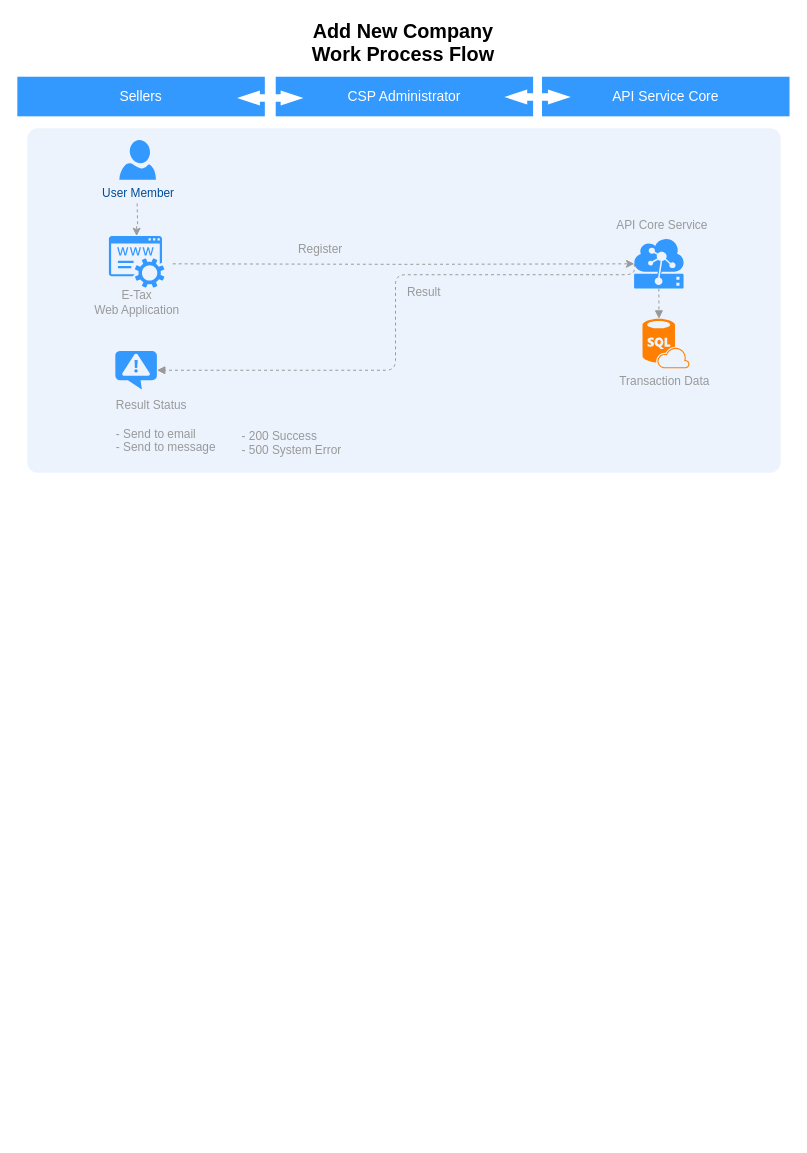
The draw.io diagram Add New Company in the corporate.drawio in nirawat/eTax, before the edit. Source tidied: cells renumbered, new cells numbered last; positions are measured from the earlier drawing's top-left corner, leaving out a move shared by most shapes. Both pictures are drawn from the tidied source at 99%, with x=0, y=0 at pixel (17, 17).
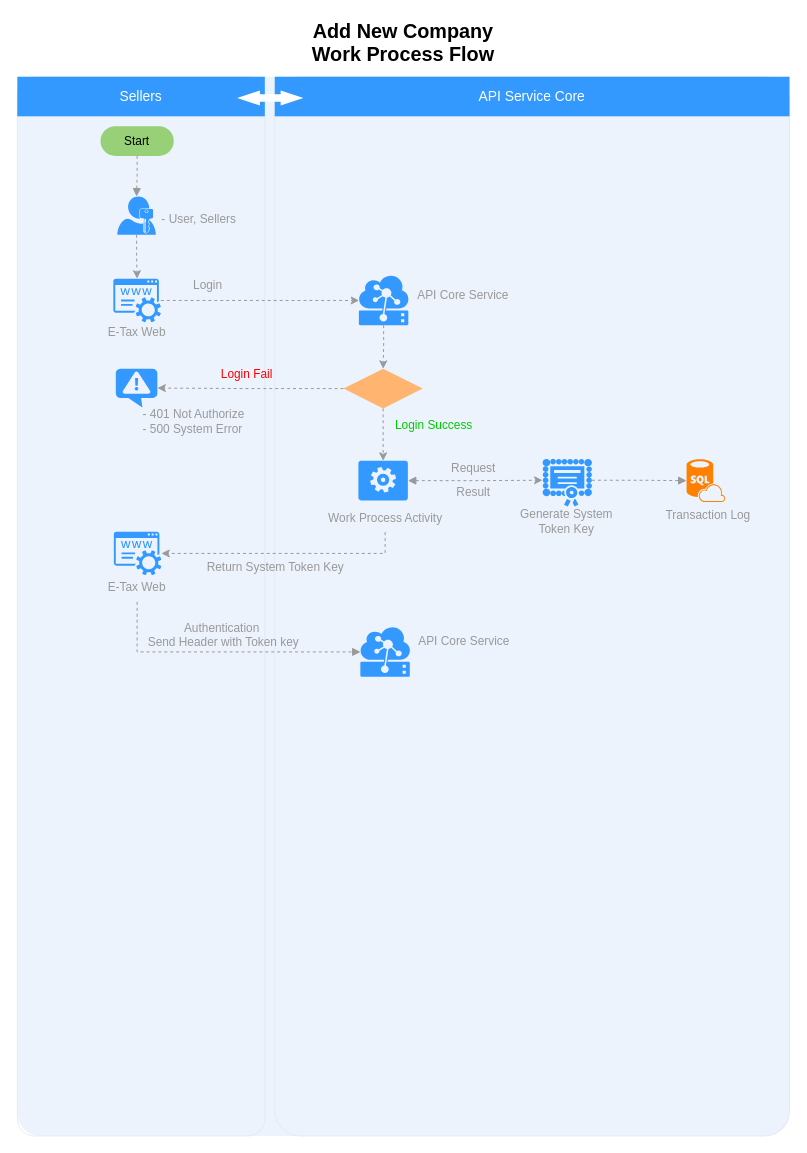
The same page after the edit.

Diff of the diagram source:
```diff
@@
+    <mxCell id="28" style="rounded=1;whiteSpace=wrap;html=1;strokeColor=#E6E6E6;strokeWidth=1;fillColor=#FFFFFF;fontFamily=Helvetica;fontSize=14;fontColor=#FFB366;opacity=75;verticalAlign=top;fontStyle=1;arcSize=5;" parent="1" vertex="1">
+      <mxGeometry x="260" y="60" width="520" height="1070" as="geometry" />
+    </mxCell>
+    <mxCell id="29" style="rounded=1;whiteSpace=wrap;html=1;strokeColor=#E6E6E6;strokeWidth=1;fillColor=#FFFFFF;fontFamily=Helvetica;fontSize=14;fontColor=#FFB366;opacity=75;verticalAlign=top;fontStyle=1;arcSize=7;" parent="1" vertex="1">
+      <mxGeometry y="60" width="250" height="1070" as="geometry" />
+    </mxCell>
     <mxCell id="2" style="rounded=1;whiteSpace=wrap;html=1;strokeColor=none;strokeWidth=1;fillColor=#dae8fc;fontSize=12;align=center;arcSize=3;opacity=50;" parent="1" vertex="1">
-      <mxGeometry x="10" y="112" width="761" height="348" as="geometry" />
+      <mxGeometry y="60" width="780" height="1070" as="geometry" />
     </mxCell>
@@
-    <mxCell id="4" value="CSP Administrator" style="whiteSpace=wrap;html=1;dashed=1;strokeColor=none;strokeWidth=2;fillColor=#3399FF;fontFamily=Helvetica;fontSize=14;fontColor=#FFFFFF;fontStyle=0;" parent="1" vertex="1">
-      <mxGeometry x="261" y="60" width="260" height="40" as="geometry" />
-    </mxCell>
     <mxCell id="5" value="API Service Core" style="whiteSpace=wrap;html=1;dashed=1;strokeColor=none;strokeWidth=2;fillColor=#3399FF;fontFamily=Helvetica;fontSize=14;fontColor=#FFFFFF;fontStyle=0;" parent="1" vertex="1">
-      <mxGeometry x="530" y="60" width="250" height="40" as="geometry" />
+      <mxGeometry x="260" y="60" width="520" height="40" as="geometry" />
     </mxCell>
-    <mxCell id="6" style="shape=mxgraph.arrows.two_way_arrow_horizontal;html=1;verticalLabelPosition=bottom;verticalAlign=top;strokeWidth=2;strokeColor=none;dashed=1;fillColor=#FFFFFF;fontFamily=Verdana;fontSize=12;fontColor=#00BEF2;" parent="1" vertex="1">
-      <mxGeometry x="492" y="73" width="67" height="15" as="geometry" />
-    </mxCell>
-    <mxCell id="7" value="User Member" style="verticalLabelPosition=bottom;html=1;verticalAlign=top;strokeColor=none;fillColor=#3399FF;shape=mxgraph.azure.user;dashed=1;fontSize=12;fontColor=#004C99;" parent="1" vertex="1">
-      <mxGeometry x="103" y="124" width="37" height="40" as="geometry" />
-    </mxCell>
@@
-    <mxCell id="10" style="edgeStyle=orthogonalEdgeStyle;rounded=0;jettySize=auto;html=1;fontSize=14;strokeColor=#999999;dashed=1;entryX=0.005;entryY=0.5;entryDx=0;entryDy=0;entryPerimeter=0;" parent="1" edge="1" target="22">
-      <mxGeometry relative="1" as="geometry">
-        <mxPoint x="157" y="249" as="sourcePoint" />
-      </mxGeometry>
-    </mxCell>
-    <mxCell id="11" value="Register" style="text;html=1;strokeColor=none;fillColor=none;align=left;verticalAlign=middle;whiteSpace=wrap;rounded=0;fontSize=12;fontColor=#999999;" parent="1" vertex="1">
-      <mxGeometry x="282" y="225" width="59" height="20" as="geometry" />
-    </mxCell>
-    <mxCell id="12" style="group;" parent="1" vertex="1">
-      <mxGeometry x="65.5" y="268" width="110" height="82" as="geometry" />
-    </mxCell>
-    <mxCell id="13" style="shadow=0;dashed=0;html=1;strokeColor=none;fillColor=#3399FF;labelPosition=center;verticalLabelPosition=bottom;verticalAlign=top;outlineConnect=0;align=center;shape=mxgraph.office.services.registrar_service;" parent="12" vertex="1">
-      <mxGeometry x="27" y="-47" width="56" height="52" as="geometry" />
-    </mxCell>
-    <mxCell id="14" value="E-Tax &lt;br&gt;Web Application" style="text;html=1;strokeColor=none;fillColor=none;align=center;verticalAlign=middle;whiteSpace=wrap;rounded=0;fontSize=12;fontColor=#999999;" parent="12" vertex="1">
-      <mxGeometry y="5" width="110" height="30" as="geometry" />
-    </mxCell>
-    <mxCell id="15" style="edgeStyle=orthogonalEdgeStyle;rounded=0;jettySize=auto;html=1;exitX=0.5;exitY=1;exitDx=0;exitDy=0;dashed=1;strokeColor=#999999;" parent="1" edge="1" target="13">
-      <mxGeometry relative="1" as="geometry">
-        <mxPoint x="121" y="188" as="sourcePoint" />
-      </mxGeometry>
-    </mxCell>
-    <mxCell id="16" style="group;" parent="1" vertex="1">
-      <mxGeometry x="600.5" y="301.5" width="108" height="79" as="geometry" />
-    </mxCell>
+    <mxCell id="30" style="shadow=0;dashed=0;html=1;strokeColor=none;labelPosition=center;verticalLabelPosition=bottom;verticalAlign=top;align=center;shape=mxgraph.mscae.cloud.iot_edge;fillColor=#3399FF;fontSize=12;fontColor=#999999;" parent="1" vertex="1">
+      <mxGeometry x="346.5" y="616" width="50" height="50" as="geometry" />
+    </mxCell>
+    <mxCell id="31" style="edgeStyle=orthogonalEdgeStyle;rounded=0;jettySize=auto;html=1;fontSize=14;strokeColor=#999999;dashed=1;entryX=0.005;entryY=0.5;entryDx=0;entryDy=0;entryPerimeter=0;" parent="1" edge="1" source="44" target="38">
+      <mxGeometry relative="1" as="geometry" />
+    </mxCell>
+    <mxCell id="32" value="Login" style="text;html=1;strokeColor=none;fillColor=none;align=left;verticalAlign=middle;whiteSpace=wrap;rounded=0;fontSize=12;fontColor=#999999;" parent="1" vertex="1">
+      <mxGeometry x="175.5" y="261" width="59" height="20" as="geometry" />
+    </mxCell>
+    <mxCell id="33" style="edgeStyle=orthogonalEdgeStyle;rounded=0;jettySize=auto;html=1;exitX=0.5;exitY=1;exitDx=0;exitDy=0;dashed=1;strokeColor=#999999;exitPerimeter=0;" parent="1" edge="1" source="42" target="44">
+      <mxGeometry relative="1" as="geometry" />
+    </mxCell>
+    <mxCell id="34" style="group;" parent="1" vertex="1">
+      <mxGeometry x="645" y="436.5" width="108" height="79" as="geometry" />
+    </mxCell>
-    <mxCell id="17" style="group;" parent="16" vertex="1">
+    <mxCell id="17" style="group;" parent="34" vertex="1">
       <mxGeometry width="108" height="79" as="geometry" />
     </mxCell>
-    <mxCell id="18" value="Transaction Data" style="text;html=1;strokeColor=none;fillColor=none;align=center;verticalAlign=middle;whiteSpace=wrap;rounded=0;fontSize=12;fontColor=#999999;" parent="17" vertex="1">
-      <mxGeometry x="-1" y="52" width="108" height="29" as="geometry" />
-    </mxCell>
-    <mxCell id="19" style="verticalLabelPosition=bottom;html=1;verticalAlign=top;align=center;strokeColor=none;fillColor=#FF8000;shape=mxgraph.azure.sql_database_sql_azure;fontSize=12;fontColor=#999999;" parent="17" vertex="1">
-      <mxGeometry x="31" y="3" width="47.5" height="50" as="geometry" />
-    </mxCell>
-    <mxCell id="20" style="edgeStyle=orthogonalEdgeStyle;rounded=1;jettySize=auto;html=1;exitX=0.5;exitY=1;exitDx=0;exitDy=0;exitPerimeter=0;entryX=0.35;entryY=0;entryDx=0;entryDy=0;entryPerimeter=0;dashed=1;startArrow=none;startFill=0;endArrow=block;endFill=1;strokeColor=#999999;fontSize=12;fontColor=#999999;" parent="1" edge="1" source="22" target="19">
-      <mxGeometry relative="1" as="geometry" />
-    </mxCell>
-    <mxCell id="21" style="edgeStyle=orthogonalEdgeStyle;rounded=1;jettySize=auto;html=1;exitX=0.005;exitY=0.5;exitDx=0;exitDy=0;exitPerimeter=0;entryX=1;entryY=0.5;entryDx=0;entryDy=0;entryPerimeter=0;dashed=1;startArrow=none;startFill=0;endArrow=block;endFill=1;strokeColor=#999999;fontSize=12;fontColor=#999999;" parent="1" edge="1" source="22" target="24">
-      <mxGeometry relative="1" as="geometry">
-        <Array as="points">
-          <mxPoint x="623" y="260" />
-          <mxPoint x="382" y="260" />
-          <mxPoint x="382" y="357" />
-        </Array>
-      </mxGeometry>
-    </mxCell>
-    <mxCell id="22" style="shadow=0;dashed=0;html=1;strokeColor=none;labelPosition=center;verticalLabelPosition=bottom;verticalAlign=top;align=center;shape=mxgraph.mscae.cloud.iot_edge;fillColor=#3399FF;fontSize=12;fontColor=#999999;" parent="1" vertex="1">
-      <mxGeometry x="623" y="224" width="50" height="50" as="geometry" />
-    </mxCell>
-    <mxCell id="23" value="API Core Service" style="text;html=1;strokeColor=none;fillColor=none;align=center;verticalAlign=middle;whiteSpace=wrap;rounded=0;fontSize=12;fontColor=#999999;" parent="1" vertex="1">
-      <mxGeometry x="601" y="195" width="101" height="29" as="geometry" />
-    </mxCell>
-    <mxCell id="24" style="verticalLabelPosition=bottom;html=1;verticalAlign=top;align=center;strokeColor=none;fillColor=#3399FF;shape=mxgraph.azure.notification_topic;fontSize=12;fontColor=#999999;" parent="1" vertex="1">
-      <mxGeometry x="99" y="337" width="42" height="39" as="geometry" />
-    </mxCell>
-    <mxCell id="25" value="Result Status&lt;br&gt;&lt;br&gt;- Send to email&lt;br&gt;- Send to message&lt;br&gt;" style="text;html=1;strokeColor=none;fillColor=none;align=left;verticalAlign=middle;whiteSpace=wrap;rounded=0;fontSize=12;fontColor=#999999;" parent="1" vertex="1">
-      <mxGeometry x="98" y="376" width="152" height="74" as="geometry" />
-    </mxCell>
+    <mxCell id="35" value="Transaction Log" style="text;html=1;strokeColor=none;fillColor=none;align=center;verticalAlign=middle;whiteSpace=wrap;rounded=0;fontSize=12;fontColor=#999999;" parent="17" vertex="1">
+      <mxGeometry x="-1" y="52" width="108" height="29" as="geometry" />
+    </mxCell>
+    <mxCell id="36" style="verticalLabelPosition=bottom;html=1;verticalAlign=top;align=center;strokeColor=none;fillColor=#FF8000;shape=mxgraph.azure.sql_database_sql_azure;fontSize=12;fontColor=#999999;" parent="17" vertex="1">
+      <mxGeometry x="31" y="10" width="39" height="43" as="geometry" />
+    </mxCell>
+    <mxCell id="37" style="edgeStyle=orthogonalEdgeStyle;rounded=0;jettySize=auto;html=1;exitX=0.5;exitY=1;exitDx=0;exitDy=0;exitPerimeter=0;entryX=0.5;entryY=0;entryDx=0;entryDy=0;dashed=1;strokeColor=#999999;" parent="1" edge="1" source="38" target="68">
+      <mxGeometry relative="1" as="geometry" />
+    </mxCell>
+    <mxCell id="38" style="shadow=0;dashed=0;html=1;strokeColor=none;labelPosition=center;verticalLabelPosition=bottom;verticalAlign=top;align=center;shape=mxgraph.mscae.cloud.iot_edge;fillColor=#3399FF;fontSize=12;fontColor=#999999;" parent="1" vertex="1">
+      <mxGeometry x="345" y="261" width="50" height="50" as="geometry" />
+    </mxCell>
+    <mxCell id="39" value="API Core Service" style="text;html=1;strokeColor=none;fillColor=none;align=center;verticalAlign=middle;whiteSpace=wrap;rounded=0;fontSize=12;fontColor=#999999;" parent="1" vertex="1">
+      <mxGeometry x="400" y="266.5" width="101" height="29" as="geometry" />
+    </mxCell>
+    <mxCell id="40" style="group;" parent="1" vertex="1">
+      <mxGeometry x="101" y="181" width="162.5" height="50" as="geometry" />
+    </mxCell>
+    <mxCell id="41" value="&lt;font color=&quot;#999999&quot; style=&quot;font-size: 12px&quot;&gt;- User, Sellers&lt;br&gt;&lt;br&gt;&lt;/font&gt;" style="text;html=1;strokeColor=none;fillColor=none;align=left;verticalAlign=middle;whiteSpace=wrap;rounded=0;fontSize=12;" parent="40" vertex="1">
+      <mxGeometry x="42.5" y="10" width="120" height="40" as="geometry" />
+    </mxCell>
+    <mxCell id="42" style="shadow=0;dashed=0;html=1;strokeColor=none;labelPosition=center;verticalLabelPosition=bottom;verticalAlign=top;align=center;shape=mxgraph.mscae.enterprise.user_permissions;fillColor=#3399FF;fontSize=14;" parent="40" vertex="1">
+      <mxGeometry width="39" height="38.7" as="geometry" />
+    </mxCell>
+    <mxCell id="43" style="group;" parent="1" vertex="1">
+      <mxGeometry x="65.5" y="264" width="110" height="74" as="geometry" />
+    </mxCell>
+    <mxCell id="44" style="shadow=0;dashed=0;html=1;strokeColor=none;fillColor=#3399FF;labelPosition=center;verticalLabelPosition=bottom;verticalAlign=top;outlineConnect=0;align=center;shape=mxgraph.office.services.registrar_service;" parent="43" vertex="1">
+      <mxGeometry x="31.5" width="48" height="44" as="geometry" />
+    </mxCell>
+    <mxCell id="45" value="E-Tax Web" style="text;html=1;strokeColor=none;fillColor=none;align=center;verticalAlign=middle;whiteSpace=wrap;rounded=0;fontSize=12;fontColor=#999999;" parent="43" vertex="1">
+      <mxGeometry y="39" width="110" height="30" as="geometry" />
+    </mxCell>
+    <mxCell id="46" style="group;" parent="1" vertex="1">
+      <mxGeometry x="291.5" y="448" width="160" height="72" as="geometry" />
+    </mxCell>
+    <mxCell id="47" style="verticalLabelPosition=bottom;html=1;verticalAlign=top;align=center;strokeColor=none;fillColor=#3399FF;shape=mxgraph.azure.worker_role;fontSize=12;fontColor=#999999;" parent="46" vertex="1">
+      <mxGeometry x="53" width="50" height="40" as="geometry" />
+    </mxCell>
+    <mxCell id="48" value="Work Process Activity&lt;br&gt;" style="text;html=1;strokeColor=none;fillColor=none;align=center;verticalAlign=middle;whiteSpace=wrap;rounded=0;fontSize=12;fontColor=#999999;" parent="46" vertex="1">
+      <mxGeometry y="43" width="160" height="29" as="geometry" />
+    </mxCell>
+    <mxCell id="49" style="group;" parent="1" vertex="1">
+      <mxGeometry x="497.5" y="439.5" width="114" height="81" as="geometry" />
+    </mxCell>
+    <mxCell id="50" style="group;" parent="49" vertex="1">
+      <mxGeometry width="114" height="81" as="geometry" />
+    </mxCell>
+    <mxCell id="51" value="Generate System Token Key&lt;br&gt;" style="text;html=1;strokeColor=none;fillColor=none;align=center;verticalAlign=middle;whiteSpace=wrap;rounded=0;fontSize=12;fontColor=#999999;" parent="50" vertex="1">
+      <mxGeometry y="54" width="114" height="30" as="geometry" />
+    </mxCell>
+    <mxCell id="52" style="shadow=0;dashed=0;html=1;strokeColor=none;labelPosition=center;verticalLabelPosition=bottom;verticalAlign=top;align=center;shape=mxgraph.mscae.intune.inventory_license;fillColor=#3399FF;fontSize=14;" parent="49" vertex="1">
+      <mxGeometry x="33" y="6.5" width="50" height="48" as="geometry" />
+    </mxCell>
+    <mxCell id="53" style="edgeStyle=orthogonalEdgeStyle;rounded=0;jettySize=auto;html=1;exitX=1;exitY=0.5;exitDx=0;exitDy=0;exitPerimeter=0;entryX=0;entryY=0.45;entryDx=0;entryDy=0;entryPerimeter=0;dashed=1;strokeColor=#999999;startArrow=block;startFill=1;" parent="1" edge="1" source="47" target="52">
+      <mxGeometry relative="1" as="geometry" />
+    </mxCell>
+    <mxCell id="54" value="Request" style="text;html=1;strokeColor=none;fillColor=none;align=center;verticalAlign=middle;whiteSpace=wrap;rounded=0;fontSize=12;fontColor=#999999;" parent="1" vertex="1">
+      <mxGeometry x="431" y="446" width="60" height="20" as="geometry" />
+    </mxCell>
-    <mxCell id="26" value="Result&amp;nbsp;" style="text;html=1;strokeColor=none;fillColor=none;align=left;verticalAlign=middle;whiteSpace=wrap;rounded=0;fontSize=12;fontColor=#999999;" parent="1" vertex="1">
-      <mxGeometry x="392" y="268" width="59" height="20" as="geometry" />
+    <mxCell id="26" value="Result" style="text;html=1;strokeColor=none;fillColor=none;align=center;verticalAlign=middle;whiteSpace=wrap;rounded=0;fontSize=12;fontColor=#999999;" parent="1" vertex="1">
+      <mxGeometry x="431" y="470" width="60" height="20" as="geometry" />
     </mxCell>
-    <mxCell id="27" value="- 200 Success&lt;br&gt;- 500 System Error&lt;br&gt;" style="text;html=1;strokeColor=none;fillColor=none;align=left;verticalAlign=middle;whiteSpace=wrap;rounded=0;fontSize=12;fontColor=#999999;" parent="1" vertex="1">
-      <mxGeometry x="224.5" y="413" width="152" height="34" as="geometry" />
-    </mxCell>
+    <mxCell id="55" style="group;" parent="1" vertex="1">
+      <mxGeometry x="66" y="519.5" width="110" height="74" as="geometry" />
+    </mxCell>
+    <mxCell id="56" style="shadow=0;dashed=0;html=1;strokeColor=none;fillColor=#3399FF;labelPosition=center;verticalLabelPosition=bottom;verticalAlign=top;outlineConnect=0;align=center;shape=mxgraph.office.services.registrar_service;" parent="55" vertex="1">
+      <mxGeometry x="31.5" width="48" height="44" as="geometry" />
+    </mxCell>
+    <mxCell id="57" value="E-Tax Web" style="text;html=1;strokeColor=none;fillColor=none;align=center;verticalAlign=middle;whiteSpace=wrap;rounded=0;fontSize=12;fontColor=#999999;" parent="55" vertex="1">
+      <mxGeometry y="41" width="110" height="30" as="geometry" />
+    </mxCell>
+    <mxCell id="58" value="Return System Token Key&lt;br&gt;" style="text;html=1;strokeColor=none;fillColor=none;align=center;verticalAlign=middle;whiteSpace=wrap;rounded=0;fontSize=12;fontColor=#999999;" parent="1" vertex="1">
+      <mxGeometry x="176.5" y="547.5" width="168" height="16" as="geometry" />
+    </mxCell>
+    <mxCell id="59" style="edgeStyle=orthogonalEdgeStyle;rounded=0;jettySize=auto;html=1;exitX=0.5;exitY=1;exitDx=0;exitDy=0;entryX=0.005;entryY=0.5;entryDx=0;entryDy=0;dashed=1;startArrow=none;startFill=0;endArrow=block;endFill=1;strokeColor=#999999;entryPerimeter=0;" parent="1" edge="1" source="57" target="30">
+      <mxGeometry relative="1" as="geometry" />
+    </mxCell>
+    <mxCell id="60" style="edgeStyle=orthogonalEdgeStyle;rounded=0;jettySize=auto;html=1;exitX=1;exitY=0.45;exitDx=0;exitDy=0;exitPerimeter=0;entryX=0;entryY=0.5;entryDx=0;entryDy=0;entryPerimeter=0;dashed=1;startArrow=none;startFill=0;endArrow=block;endFill=1;strokeColor=#999999;" parent="1" edge="1" source="52" target="36">
+      <mxGeometry relative="1" as="geometry" />
+    </mxCell>
+    <mxCell id="61" value="Authentication&amp;nbsp;&lt;br&gt;Send Header with Token key&lt;br&gt;" style="text;html=1;strokeColor=none;fillColor=none;align=center;verticalAlign=middle;whiteSpace=wrap;rounded=0;fontSize=12;fontColor=#999999;" parent="1" vertex="1">
+      <mxGeometry x="127" y="607" width="163" height="34" as="geometry" />
+    </mxCell>
+    <mxCell id="62" value="API Core Service" style="text;html=1;strokeColor=none;fillColor=none;align=center;verticalAlign=middle;whiteSpace=wrap;rounded=0;fontSize=12;fontColor=#999999;" parent="1" vertex="1">
+      <mxGeometry x="401" y="616.5" width="101" height="29" as="geometry" />
+    </mxCell>
+    <mxCell id="63" style="edgeStyle=orthogonalEdgeStyle;rounded=0;jettySize=auto;html=1;exitX=0.5;exitY=1;exitDx=0;exitDy=0;entryX=0.5;entryY=0;entryDx=0;entryDy=0;entryPerimeter=0;dashed=1;startArrow=none;startFill=0;endArrow=block;endFill=1;strokeColor=#999999;fontColor=#000000;" parent="1" edge="1" source="64" target="42">
+      <mxGeometry relative="1" as="geometry" />
+    </mxCell>
+    <mxCell id="64" value="Start" style="rounded=1;whiteSpace=wrap;html=1;fontColor=#000000;align=center;arcSize=50;labelBackgroundColor=none;fillColor=#97D077;strokeColor=none;" parent="1" vertex="1">
+      <mxGeometry x="84" y="110" width="74" height="30" as="geometry" />
+    </mxCell>
+    <mxCell id="65" value="Login Success&lt;br&gt;" style="text;html=1;strokeColor=none;fillColor=none;align=left;verticalAlign=middle;whiteSpace=wrap;rounded=0;fontSize=12;fontColor=#00CC00;" parent="1" vertex="1">
+      <mxGeometry x="380" y="395" width="103" height="34" as="geometry" />
+    </mxCell>
+    <mxCell id="66" style="edgeStyle=orthogonalEdgeStyle;rounded=0;jettySize=auto;html=1;exitX=0.5;exitY=1;exitDx=0;exitDy=0;entryX=0.5;entryY=0;entryDx=0;entryDy=0;entryPerimeter=0;strokeColor=#999999;dashed=1;" parent="1" edge="1" source="68" target="47">
+      <mxGeometry relative="1" as="geometry" />
+    </mxCell>
+    <mxCell id="67" style="edgeStyle=orthogonalEdgeStyle;rounded=0;jettySize=auto;html=1;exitX=0;exitY=0.5;exitDx=0;exitDy=0;entryX=1;entryY=0.5;entryDx=0;entryDy=0;entryPerimeter=0;dashed=1;strokeColor=#999999;" parent="1" edge="1" source="68" target="69">
+      <mxGeometry relative="1" as="geometry" />
+    </mxCell>
+    <mxCell id="68" style="rhombus;whiteSpace=wrap;html=1;strokeColor=none;strokeWidth=1;fillColor=#FFB570;fontSize=12;fontColor=#999999;align=left;" parent="1" vertex="1">
+      <mxGeometry x="329.5" y="355" width="80" height="40" as="geometry" />
+    </mxCell>
+    <mxCell id="69" style="verticalLabelPosition=bottom;html=1;verticalAlign=top;align=center;strokeColor=none;fillColor=#3399FF;shape=mxgraph.azure.notification_topic;fontSize=12;fontColor=#999999;" parent="1" vertex="1">
+      <mxGeometry x="99.5" y="355" width="42" height="39" as="geometry" />
+    </mxCell>
+    <mxCell id="70" value="- 401 Not Authorize&lt;br&gt;- 500 System Error&lt;br&gt;" style="text;html=1;strokeColor=none;fillColor=none;align=left;verticalAlign=middle;whiteSpace=wrap;rounded=0;fontSize=12;fontColor=#999999;" parent="1" vertex="1">
+      <mxGeometry x="125" y="390" width="143" height="35" as="geometry" />
+    </mxCell>
+    <mxCell id="71" value="Login Fail&lt;br&gt;" style="text;html=1;strokeColor=none;fillColor=none;align=left;verticalAlign=middle;whiteSpace=wrap;rounded=0;fontSize=12;fontColor=#FF0000;" parent="1" vertex="1">
+      <mxGeometry x="204" y="350" width="103" height="22" as="geometry" />
+    </mxCell>
+    <mxCell id="72" style="edgeStyle=orthogonalEdgeStyle;rounded=0;jettySize=auto;html=1;exitX=0.5;exitY=1;exitDx=0;exitDy=0;dashed=1;strokeColor=#999999;fontColor=#00CC00;" parent="1" edge="1" source="48" target="56">
+      <mxGeometry relative="1" as="geometry" />
+    </mxCell>
```
